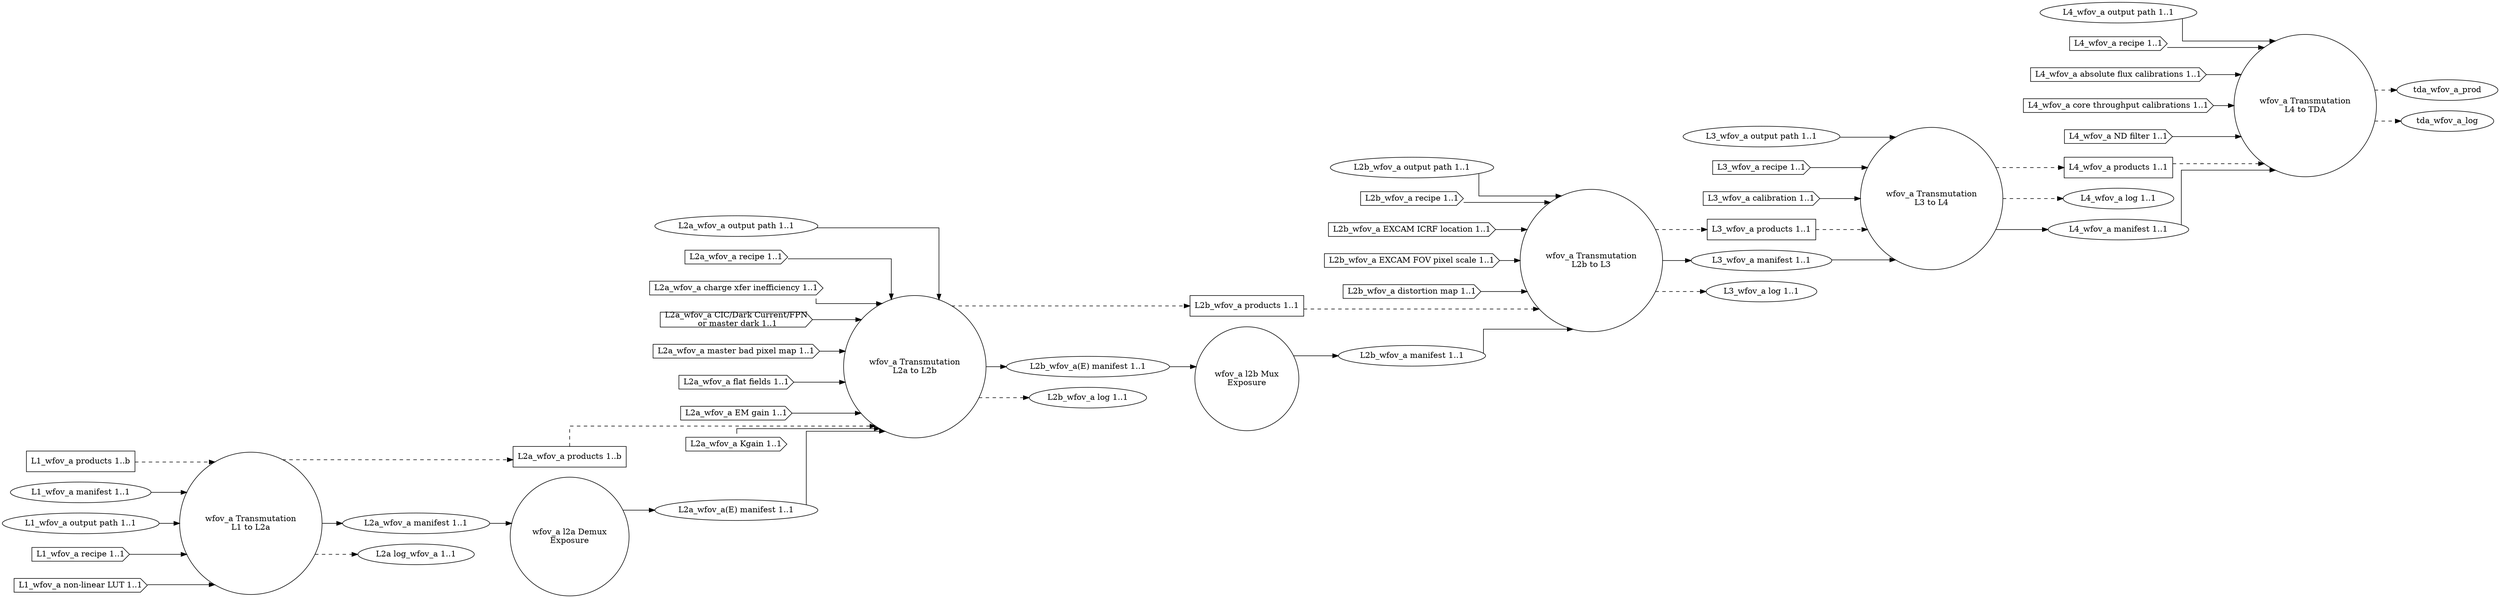
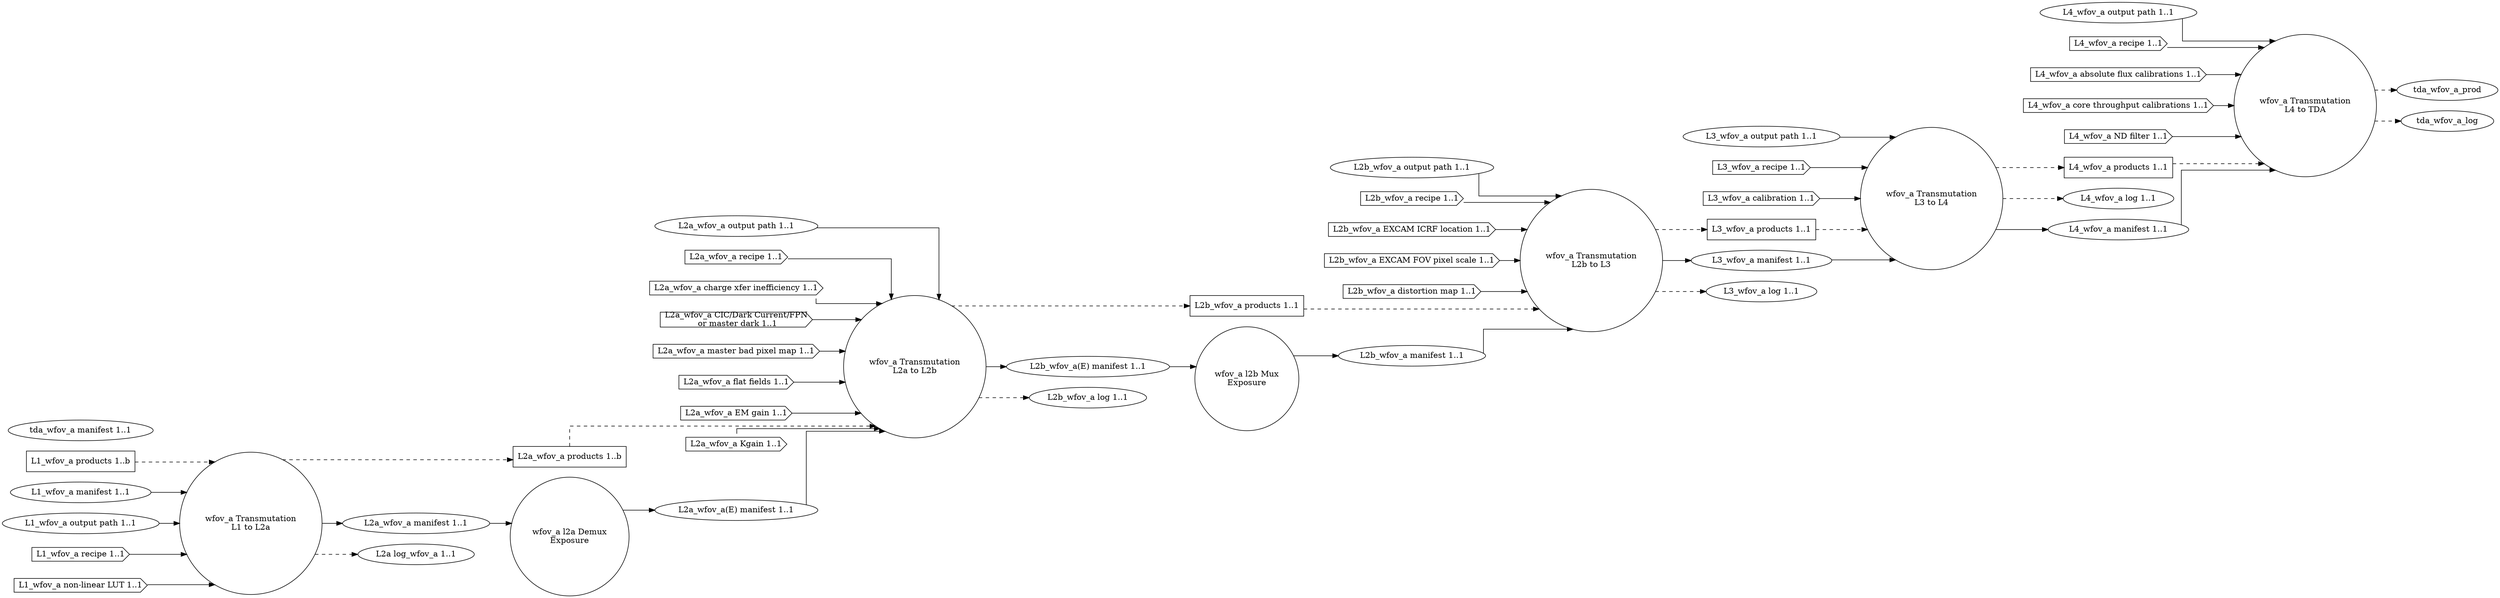
digraph WideFieldOfViewAnalog {
graph [splines="ortho", rankdir=LR];
trans_wfov_a_l1_l2a [label="wfov_a Transmutation\nL1 to L2a", shape="circle", runname="l1.transmutation_wfov_a", runtype="dawgie.Algorithm", fsmtype="dip.base.Runner"];
l2a_wfov_a_demux [label="wfov_a l2a Demux\nExposure", shape="circle", runname="l2a.demux_wfov_a", runtype="dawgie.Algorithm", fsmtype="dip.clerk.impls.demux.FSM"];
trans_wfov_a_l2a_l2b [label="wfov_a Transmutation\nL2a to L2b", shape="circle", runname="l2a.transmutation_wfov_a", runtype="dawgie.Algorithm", fsmtype="dip.base.Runner"];
l2b_wfov_a_mux [label="wfov_a l2b Mux\nExposure", shape="circle", runname="l2b.mux_wfov_a", runtype="dawgie.Analyzer", fsmtype="dip.clerk.impls.mux.FSM"];
trans_wfov_a_l2b_l3 [label="wfov_a Transmutation\nL2b to L3", shape="circle", runname="l2b.transmutation_wfov_a", runtype="dawgie.Algorithm", fsmtype="dip.base.Runner"];
trans_wfov_a_l3_l4 [label="wfov_a Transmutation\nL3 to L4", shape="circle", runname="l3.transmutation_wfov_a", runtype="dawgie.Algorithm", fsmtype="dip.base.Runner"];
trans_wfov_a_l4_tda [label="wfov_a Transmutation\nL4 to TDA", shape="circle", runname="l4.transmutation_wfov_a", runtype="dawgie.Algorithm", fsmtype="dip.base.Runner"];
l1_wfov_a_prod [label="L1_wfov_a products 1..b", shape="rectangle"];
l1_wfov_a_man [label="L1_wfov_a manifest 1..1", shape="ellipse"];
l1_wfov_a_odir [label="L1_wfov_a output path 1..1", shape="ellipse"];
l1_wfov_a_rec [label="L1_wfov_a recipe 1..1", shape="cds"];
l1_wfov_a_nllut [label="L1_wfov_a non-linear LUT 1..1", shape="cds"];
l2a_wfov_a_prod [label="L2a_wfov_a products 1..b", shape="rectangle"];
l2a_wfov_a_man [label="L2a_wfov_a manifest 1..1", shape="ellipse", valname="l1.transmutation_wfov_a.product.manifest", valtype="dip.base.Manifest"];
l2a_wfov_a_odir [label="L2a_wfov_a output path 1..1", shape="ellipse"];
l2a_wfov_a_rec [label="L2a_wfov_a recipe 1..1", shape="cds"];
l2a_wfov_a_cti [label="L2a_wfov_a charge xfer inefficiency 1..1", shape="cds"];
l2a_wfov_a_dnb [label="L2a_wfov_a CIC/Dark Current/FPN\n or master dark 1..1", shape="cds"];
l2a_wfov_a_mbpm [label="L2a_wfov_a master bad pixel map 1..1", shape="cds"];
l2a_wfov_a_ff [label="L2a_wfov_a flat fields 1..1", shape="cds"];
l2a_wfov_a_emg [label="L2a_wfov_a EM gain 1..1", shape="cds"];
l2a_wfov_a_kgain [label="L2a_wfov_a Kgain 1..1", shape="cds"];
l2a_wfov_a_log [label="L2a log_wfov_a 1..1", shape="ellipse"];
l2a_wfov_a_man_demux [label="L2a_wfov_a(E) manifest 1..1", shape="ellipse", valname="l2a.demux_wfov_a.product.manifest", valtype="dip.base.Manifest"];
l2b_wfov_a_prod [label="L2b_wfov_a products 1..1", shape="rectangle"];
l2b_wfov_a_man [label="L2b_wfov_a manifest 1..1", shape="ellipse", valname="l2b.mux_wfov_a.product.manifest", valtype="dip.base.Manifest"];
l2b_wfov_a_odir [label="L2b_wfov_a output path 1..1", shape="ellipse"];
l2b_wfov_a_rec [label="L2b_wfov_a recipe 1..1", shape="cds"];
l2b_wfov_a_excicrf [label="L2b_wfov_a EXCAM ICRF location 1..1", shape="cds"];
l2b_wfov_a_excfovps [label="L2b_wfov_a EXCAM FOV pixel scale 1..1", shape="cds"];
l2b_wfov_a_distm [label="L2b_wfov_a distortion map 1..1", shape="cds"];
l2b_wfov_a_man_demux [label="L2b_wfov_a(E) manifest 1..1", shape="ellipse", valname="l2a.transmutation_wfov_a.product.manifest", valtype="dip.base.Manifest"];
l2b_wfov_a_log [label="L2b_wfov_a log 1..1", shape="ellipse"];
l3_wfov_a_prod [label="L3_wfov_a products 1..1", shape="rectangle"];
l3_wfov_a_odir [label="L3_wfov_a output path 1..1", shape="ellipse"];
l3_wfov_a_man [label="L3_wfov_a manifest 1..1", shape="ellipse", valname="l2b.transmutation_wfov_a.product.manifest", valtype="dip.base.Manifest"];
l3_wfov_a_rec [label="L3_wfov_a recipe 1..1", shape="cds"];
l3_wfov_a_cal [label="L3_wfov_a calibration 1..1", shape="cds"];
l3_wfov_a_log [label="L3_wfov_a log 1..1", shape="ellipse"];
l4_wfov_a_prod [label="L4_wfov_a products 1..1", shape="rectangle"];
l4_wfov_a_odir [label="L4_wfov_a output path 1..1", shape="ellipse"];
l4_wfov_a_log [label="L4_wfov_a log 1..1", shape="ellipse"];
l4_wfov_a_man [label="L4_wfov_a manifest 1..1", shape="ellipse", valname="l3.transmutation_wfov_a.product.manifest", valtype="dip.base.Manifest"];
l4_wfov_a_rec [label="L4_wfov_a recipe 1..1", shape="cds"];
l4_wfov_a_afcal [label="L4_wfov_a absolute flux calibrations 1..1", shape="cds"];
l4_wfov_a_ctcal [label="L4_wfov_a core throughput calibrations 1..1", shape="cds"];
l4_wfov_a_ndfilt [label="L4_wfov_a ND filter 1..1", shape="cds"];
+ tda_wfov_a_man [label="tda_wfov_a manifest 1..1", shape="ellipse", valname="l4.transmutation_wfov_a.product.manifest", valtype="dip.base.Manifest"];
l1_wfov_a_prod -> trans_wfov_a_l1_l2a [style="dashed"];
l1_wfov_a_man -> trans_wfov_a_l1_l2a;
l1_wfov_a_odir -> trans_wfov_a_l1_l2a;
l1_wfov_a_rec -> trans_wfov_a_l1_l2a;
l1_wfov_a_nllut -> trans_wfov_a_l1_l2a;
trans_wfov_a_l1_l2a -> l2a_wfov_a_prod [style="dashed"];
trans_wfov_a_l1_l2a -> l2a_wfov_a_man;
trans_wfov_a_l1_l2a -> l2a_wfov_a_log [style="dashed"];
l2a_wfov_a_prod -> trans_wfov_a_l2a_l2b [style="dashed"];
l2a_wfov_a_odir -> trans_wfov_a_l2a_l2b;
l2a_wfov_a_rec -> trans_wfov_a_l2a_l2b;
l2a_wfov_a_cti -> trans_wfov_a_l2a_l2b;
l2a_wfov_a_dnb -> trans_wfov_a_l2a_l2b;
l2a_wfov_a_mbpm -> trans_wfov_a_l2a_l2b;
l2a_wfov_a_ff -> trans_wfov_a_l2a_l2b;
l2a_wfov_a_emg -> trans_wfov_a_l2a_l2b;
l2a_wfov_a_kgain -> trans_wfov_a_l2a_l2b;
trans_wfov_a_l2a_l2b -> l2b_wfov_a_prod [style="dashed"];
trans_wfov_a_l2a_l2b -> l2b_wfov_a_man_demux;
trans_wfov_a_l2a_l2b -> l2b_wfov_a_log [style="dashed"];
l2a_wfov_a_man -> l2a_wfov_a_demux;
l2a_wfov_a_demux -> l2a_wfov_a_man_demux;
l2a_wfov_a_man_demux -> trans_wfov_a_l2a_l2b;
l2b_wfov_a_man_demux -> l2b_wfov_a_mux;
l2b_wfov_a_mux -> l2b_wfov_a_man;
l2b_wfov_a_prod -> trans_wfov_a_l2b_l3 [style="dashed"];
l2b_wfov_a_man -> trans_wfov_a_l2b_l3;
l2b_wfov_a_odir -> trans_wfov_a_l2b_l3;
l2b_wfov_a_rec -> trans_wfov_a_l2b_l3;
l2b_wfov_a_excicrf -> trans_wfov_a_l2b_l3;
l2b_wfov_a_excfovps -> trans_wfov_a_l2b_l3;
l2b_wfov_a_distm -> trans_wfov_a_l2b_l3;
trans_wfov_a_l2b_l3 -> l3_wfov_a_prod [style="dashed"];
trans_wfov_a_l2b_l3 -> l3_wfov_a_man;
trans_wfov_a_l2b_l3 -> l3_wfov_a_log [style="dashed"];
l3_wfov_a_prod -> trans_wfov_a_l3_l4 [style="dashed"];
l3_wfov_a_man -> trans_wfov_a_l3_l4;
l3_wfov_a_odir -> trans_wfov_a_l3_l4;
l3_wfov_a_rec -> trans_wfov_a_l3_l4;
l3_wfov_a_cal -> trans_wfov_a_l3_l4;
trans_wfov_a_l3_l4 -> l4_wfov_a_prod [style="dashed"];
trans_wfov_a_l3_l4 -> l4_wfov_a_log [style="dashed"];
trans_wfov_a_l3_l4 -> l4_wfov_a_man;
l4_wfov_a_prod -> trans_wfov_a_l4_tda [style="dashed"];
l4_wfov_a_man -> trans_wfov_a_l4_tda;
l4_wfov_a_odir -> trans_wfov_a_l4_tda;
l4_wfov_a_rec -> trans_wfov_a_l4_tda;
l4_wfov_a_afcal -> trans_wfov_a_l4_tda;
l4_wfov_a_ctcal -> trans_wfov_a_l4_tda;
l4_wfov_a_ndfilt -> trans_wfov_a_l4_tda;
trans_wfov_a_l4_tda -> tda_wfov_a_prod [style="dashed"];
trans_wfov_a_l4_tda -> tda_wfov_a_log [style="dashed"];
}
